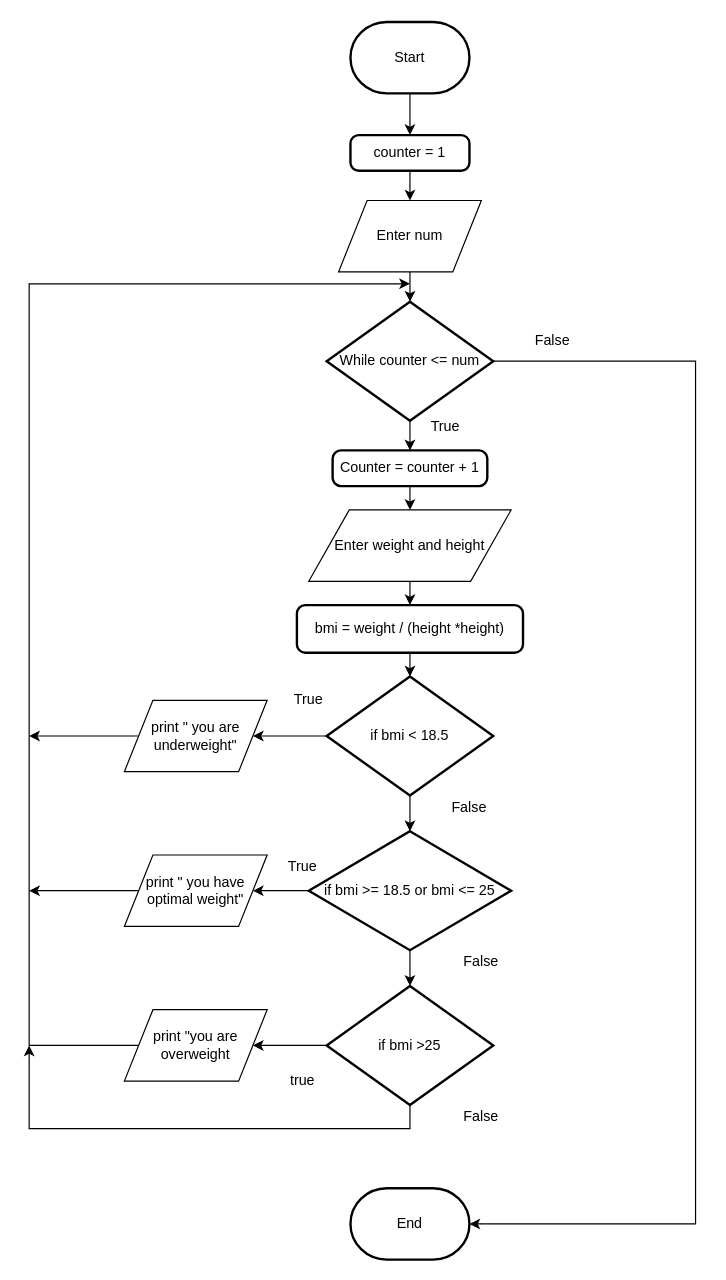
Before: BMI.drawio in AimanFaris8900/Programming-techniques, a draw.io diagram. Source tidied: cells renumbered, new cells numbered last; positions are measured from the earlier drawing's top-left corner, leaving out a move shared by most shapes. Both pictures are drawn from the tidied source at 119%, with x=0, y=0 at pixel (29, 21).
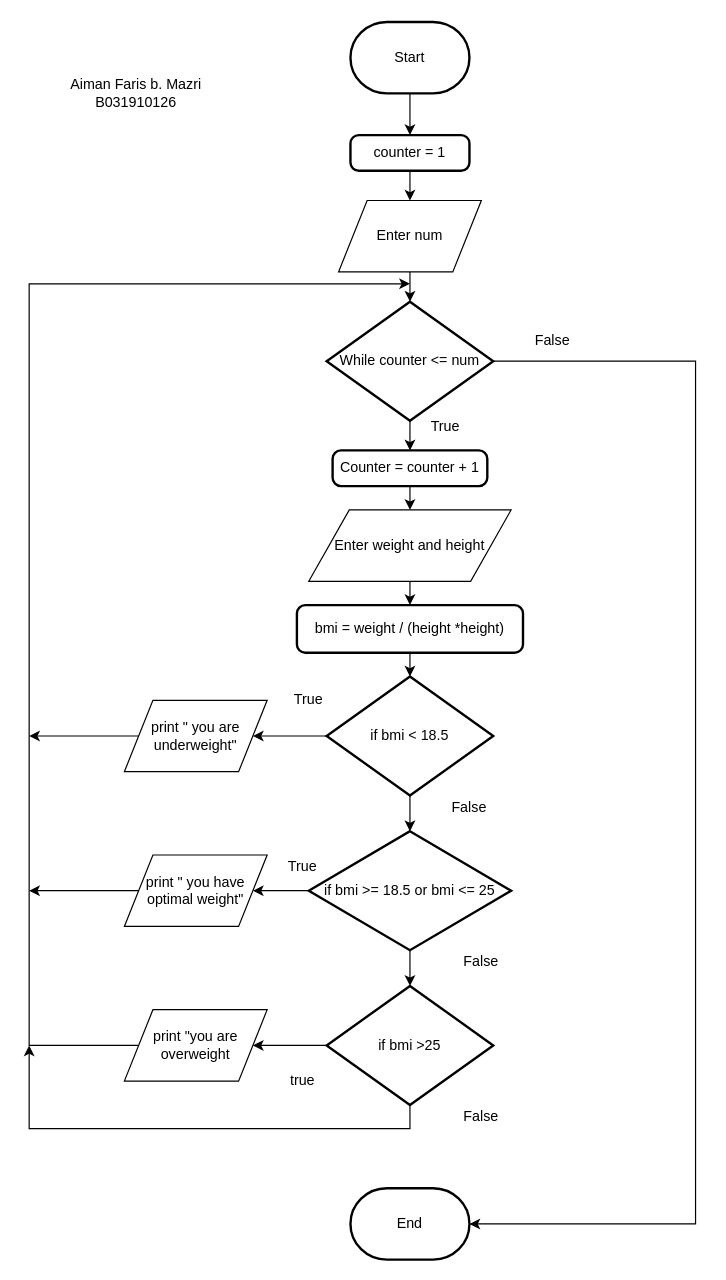
The same page after the edit.

What changed in the source:
```diff
@@
+    <mxCell id="41" value="Aiman Faris b. Mazri&lt;br&gt;B031910126" style="text;html=1;strokeColor=none;fillColor=none;align=center;verticalAlign=middle;whiteSpace=wrap;rounded=0;" parent="1" vertex="1">
+      <mxGeometry x="30" y="10" width="120" height="100" as="geometry" />
+    </mxCell>
```
